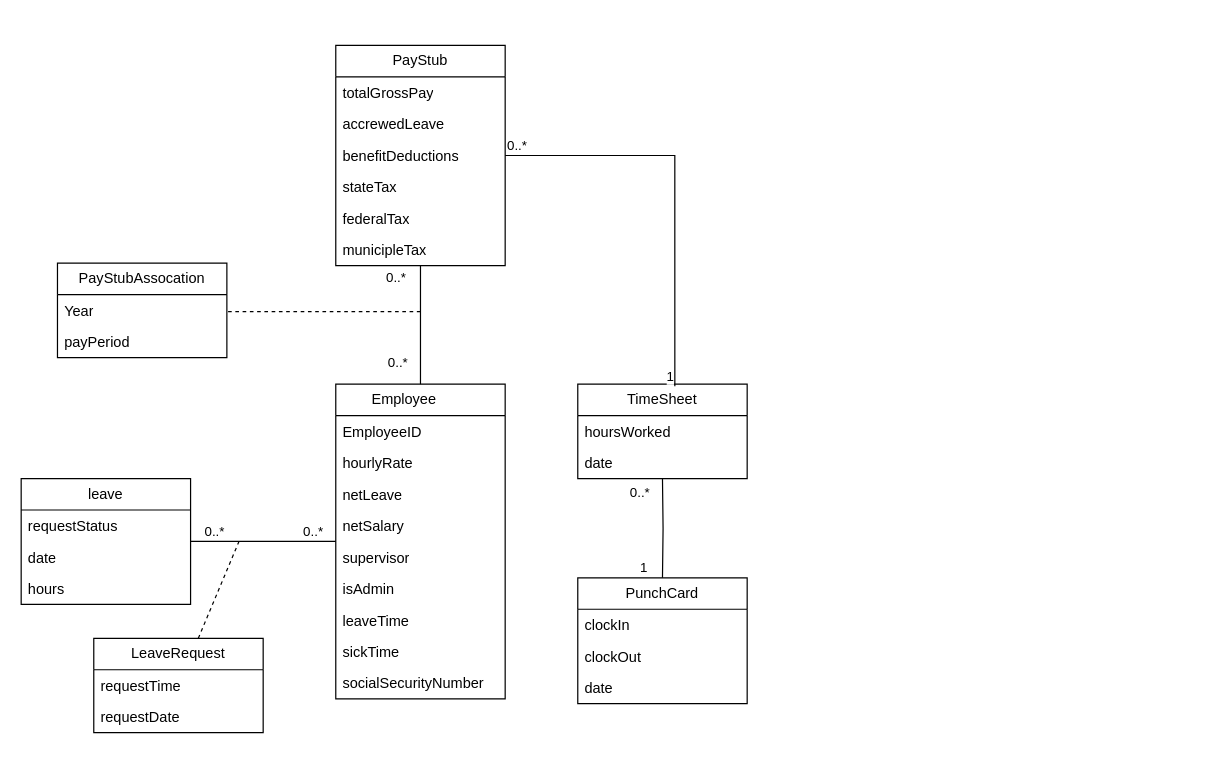
Above: designDocumentation/Untitled Diagram.drawio in PDA-Payroll/PDA (draw.io), before the change. Source tidied: cells renumbered, new cells numbered last; positions are measured from the earlier drawing's top-left corner, leaving out a move shared by most shapes. Both pictures are drawn from the tidied source at 121%, with x=0, y=0 at pixel (21, 45).
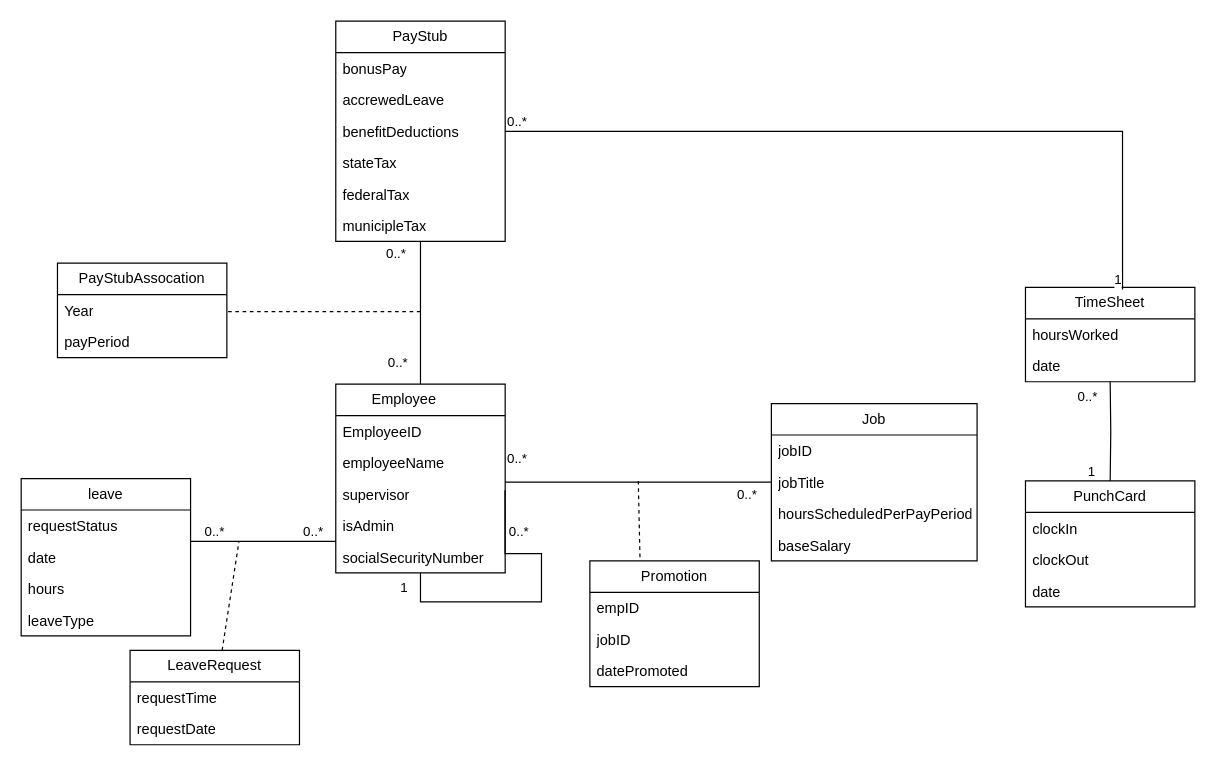
Above is the later version.

The edit, as a diff of the source:
```diff
@@
     <mxCell id="2" value="Employee&lt;span style=&quot;white-space: pre;&quot;&gt;&#9;&lt;/span&gt;" style="swimlane;fontStyle=0;horizontal=1;startSize=26;fillColor=none;whiteSpace=wrap;html=1;" parent="1" vertex="1">
-      <mxGeometry x="260" y="280" width="140" height="260" as="geometry" />
+      <mxGeometry x="260" y="280" width="140" height="156" as="geometry" />
     </mxCell>
@@
-    <mxCell id="4" value="hourlyRate" style="text;strokeColor=none;fillColor=none;align=left;verticalAlign=top;spacingLeft=4;spacingRight=4;overflow=hidden;whiteSpace=wrap;html=1;" parent="2" vertex="1">
-      <mxGeometry y="52" width="140" height="26" as="geometry" />
-    </mxCell>
-    <mxCell id="5" value="netLeave" style="text;strokeColor=none;fillColor=none;align=left;verticalAlign=top;spacingLeft=4;spacingRight=4;overflow=hidden;whiteSpace=wrap;html=1;" parent="2" vertex="1">
-      <mxGeometry y="78" width="140" height="26" as="geometry" />
-    </mxCell>
-    <mxCell id="6" value="netSalary" style="text;strokeColor=none;fillColor=none;align=left;verticalAlign=top;spacingLeft=4;spacingRight=4;overflow=hidden;whiteSpace=wrap;html=1;" parent="2" vertex="1">
-      <mxGeometry y="104" width="140" height="26" as="geometry" />
-    </mxCell>
+    <mxCell id="50" value="employeeName" style="text;strokeColor=none;fillColor=none;align=left;verticalAlign=top;spacingLeft=4;spacingRight=4;overflow=hidden;whiteSpace=wrap;html=1;" parent="2" vertex="1">
+      <mxGeometry y="52" width="140" height="26" as="geometry" />
+    </mxCell>
     <mxCell id="7" value="supervisor" style="text;strokeColor=none;fillColor=none;align=left;verticalAlign=top;spacingLeft=4;spacingRight=4;overflow=hidden;points=[[0,0.5],[1,0.5]];portConstraint=eastwest;whiteSpace=wrap;html=1;" parent="2" vertex="1">
-      <mxGeometry y="130" width="140" height="26" as="geometry" />
+      <mxGeometry y="78" width="140" height="26" as="geometry" />
     </mxCell>
     <mxCell id="8" value="isAdmin" style="text;strokeColor=none;fillColor=none;align=left;verticalAlign=top;spacingLeft=4;spacingRight=4;overflow=hidden;whiteSpace=wrap;html=1;" parent="2" vertex="1">
-      <mxGeometry y="156" width="140" height="26" as="geometry" />
+      <mxGeometry y="104" width="140" height="26" as="geometry" />
     </mxCell>
-    <mxCell id="9" value="leaveTime" style="text;strokeColor=none;fillColor=none;align=left;verticalAlign=top;spacingLeft=4;spacingRight=4;overflow=hidden;whiteSpace=wrap;html=1;" parent="2" vertex="1">
-      <mxGeometry y="182" width="140" height="26" as="geometry" />
-    </mxCell>
-    <mxCell id="10" value="sickTime" style="text;strokeColor=none;fillColor=none;align=left;verticalAlign=top;spacingLeft=4;spacingRight=4;overflow=hidden;whiteSpace=wrap;html=1;" parent="2" vertex="1">
-      <mxGeometry y="208" width="140" height="26" as="geometry" />
-    </mxCell>
     <mxCell id="11" value="socialSecurityNumber" style="text;strokeColor=none;fillColor=none;align=left;verticalAlign=top;spacingLeft=4;spacingRight=4;overflow=hidden;whiteSpace=wrap;html=1;" parent="2" vertex="1">
-      <mxGeometry y="234" width="140" height="26" as="geometry" />
+      <mxGeometry y="130" width="140" height="26" as="geometry" />
     </mxCell>
     <mxCell id="12" value="PunchCard" style="swimlane;fontStyle=0;horizontal=1;startSize=26;fillColor=none;whiteSpace=wrap;html=1;" parent="1" vertex="1">
-      <mxGeometry x="460" y="440" width="140" height="104" as="geometry" />
+      <mxGeometry x="830" y="360" width="140" height="104" as="geometry" />
     </mxCell>
@@
     <mxCell id="16" value="TimeSheet" style="swimlane;fontStyle=0;horizontal=1;startSize=26;fillColor=none;whiteSpace=wrap;html=1;" parent="1" vertex="1">
-      <mxGeometry x="460" y="280" width="140" height="78" as="geometry" />
+      <mxGeometry x="830" y="200" width="140" height="78" as="geometry" />
     </mxCell>
@@
     <mxCell id="19" style="endArrow=none;html=1;edgeStyle=orthogonalEdgeStyle;rounded=0;" parent="1" edge="1" target="16">
       <mxGeometry relative="1" as="geometry">
-        <mxPoint x="530" y="440" as="sourcePoint" />
+        <mxPoint x="900" y="360" as="sourcePoint" />
       </mxGeometry>
     </mxCell>
@@
     <mxCell id="22" value="PayStub" style="swimlane;fontStyle=0;horizontal=1;startSize=26;fillColor=none;whiteSpace=wrap;html=1;" parent="1" vertex="1">
-      <mxGeometry x="260" width="140" height="182" as="geometry" />
+      <mxGeometry x="260" y="-20" width="140" height="182" as="geometry" />
     </mxCell>
-    <mxCell id="23" value="totalGrossPay" style="text;strokeColor=none;fillColor=none;align=left;verticalAlign=top;spacingLeft=4;spacingRight=4;overflow=hidden;whiteSpace=wrap;html=1;" parent="22" vertex="1">
-      <mxGeometry y="26" width="140" height="26" as="geometry" />
-    </mxCell>
+    <mxCell id="51" value="bonusPay" style="text;strokeColor=none;fillColor=none;align=left;verticalAlign=top;spacingLeft=4;spacingRight=4;overflow=hidden;whiteSpace=wrap;html=1;" parent="22" vertex="1">
+      <mxGeometry y="26" width="140" height="26" as="geometry" />
+    </mxCell>
@@
     <mxCell id="32" style="endArrow=none;html=1;edgeStyle=orthogonalEdgeStyle;rounded=0;" parent="1" edge="1" source="35" target="2">
-      <mxGeometry relative="1" as="geometry" />
+      <mxGeometry relative="1" as="geometry">
+        <Array as="points">
+          <mxPoint x="230" y="410" />
+          <mxPoint x="230" y="410" />
+        </Array>
+      </mxGeometry>
     </mxCell>
@@
     <mxCell id="35" value="leave" style="swimlane;fontStyle=0;horizontal=1;startSize=26;fillColor=none;whiteSpace=wrap;html=1;" parent="1" vertex="1">
-      <mxGeometry y="358" width="140" height="104" as="geometry" />
+      <mxGeometry y="358" width="140" height="130" as="geometry" />
     </mxCell>
@@
+    <mxCell id="52" value="leaveType" style="text;strokeColor=none;fillColor=none;align=left;verticalAlign=top;spacingLeft=4;spacingRight=4;overflow=hidden;whiteSpace=wrap;html=1;" parent="35" vertex="1">
+      <mxGeometry y="104" width="140" height="26" as="geometry" />
+    </mxCell>
     <mxCell id="39" value="LeaveRequest" style="swimlane;fontStyle=0;horizontal=1;startSize=26;fillColor=none;whiteSpace=wrap;html=1;" parent="1" vertex="1">
-      <mxGeometry x="60" y="490" width="140" height="78" as="geometry" />
+      <mxGeometry x="90" y="500" width="140" height="78" as="geometry" />
     </mxCell>
@@
+    <mxCell id="53" style="endArrow=none;html=1;edgeStyle=orthogonalEdgeStyle;rounded=0;exitX=0.999;exitY=0.373;exitDx=0;exitDy=0;exitPerimeter=0;" parent="1" edge="1" source="7" target="2">
+      <mxGeometry relative="1" as="geometry">
+        <Array as="points">
+          <mxPoint x="400" y="420" />
+          <mxPoint x="430" y="420" />
+          <mxPoint x="430" y="460" />
+          <mxPoint x="330" y="460" />
+        </Array>
+      </mxGeometry>
+    </mxCell>
+    <mxCell id="54" value="0..*" style="edgeLabel;html=1;align=left;verticalAlign=bottom;" parent="53" vertex="1">
+      <mxGeometry x="-1" relative="1" as="geometry">
+        <mxPoint y="-18" as="offset" />
+      </mxGeometry>
+    </mxCell>
+    <mxCell id="55" value="1" style="edgeLabel;html=1;align=right;verticalAlign=bottom;" parent="53" vertex="1">
+      <mxGeometry x="1" relative="1" as="geometry">
+        <mxPoint x="-10" y="20" as="offset" />
+      </mxGeometry>
+    </mxCell>
+    <mxCell id="56" value="Job" style="swimlane;fontStyle=0;horizontal=1;startSize=26;fillColor=none;whiteSpace=wrap;html=1;" parent="1" vertex="1">
+      <mxGeometry x="620" y="296" width="170" height="130" as="geometry" />
+    </mxCell>
+    <mxCell id="57" value="jobID" style="text;strokeColor=none;fillColor=none;align=left;verticalAlign=top;spacingLeft=4;spacingRight=4;overflow=hidden;whiteSpace=wrap;html=1;" parent="56" vertex="1">
+      <mxGeometry y="26" width="170" height="26" as="geometry" />
+    </mxCell>
+    <mxCell id="58" value="jobTitle" style="text;strokeColor=none;fillColor=none;align=left;verticalAlign=top;spacingLeft=4;spacingRight=4;overflow=hidden;whiteSpace=wrap;html=1;" parent="56" vertex="1">
+      <mxGeometry y="52" width="170" height="26" as="geometry" />
+    </mxCell>
+    <mxCell id="59" value="hoursScheduledPerPayPeriod" style="text;strokeColor=none;fillColor=none;align=left;verticalAlign=top;spacingLeft=4;spacingRight=4;overflow=hidden;whiteSpace=wrap;html=1;" parent="56" vertex="1">
+      <mxGeometry y="78" width="170" height="26" as="geometry" />
+    </mxCell>
+    <mxCell id="60" value="baseSalary" style="text;strokeColor=none;fillColor=none;align=left;verticalAlign=top;spacingLeft=4;spacingRight=4;overflow=hidden;whiteSpace=wrap;html=1;" parent="56" vertex="1">
+      <mxGeometry y="104" width="170" height="26" as="geometry" />
+    </mxCell>
+    <mxCell id="61" value="Promotion" style="swimlane;fontStyle=0;horizontal=1;startSize=26;fillColor=none;whiteSpace=wrap;html=1;" parent="1" vertex="1">
+      <mxGeometry x="470" y="426" width="140" height="104" as="geometry" />
+    </mxCell>
+    <mxCell id="62" value="empID" style="text;strokeColor=none;fillColor=none;align=left;verticalAlign=top;spacingLeft=4;spacingRight=4;overflow=hidden;whiteSpace=wrap;html=1;" parent="61" vertex="1">
+      <mxGeometry y="26" width="140" height="26" as="geometry" />
+    </mxCell>
+    <mxCell id="63" value="jobID" style="text;strokeColor=none;fillColor=none;align=left;verticalAlign=top;spacingLeft=4;spacingRight=4;overflow=hidden;whiteSpace=wrap;html=1;" parent="61" vertex="1">
+      <mxGeometry y="52" width="140" height="26" as="geometry" />
+    </mxCell>
+    <mxCell id="64" value="datePromoted" style="text;strokeColor=none;fillColor=none;align=left;verticalAlign=top;spacingLeft=4;spacingRight=4;overflow=hidden;whiteSpace=wrap;html=1;" parent="61" vertex="1">
+      <mxGeometry y="78" width="140" height="26" as="geometry" />
+    </mxCell>
+    <mxCell id="65" style="endArrow=none;html=1;edgeStyle=orthogonalEdgeStyle;rounded=0;" parent="1" edge="1" source="56" target="2">
+      <mxGeometry relative="1" as="geometry">
+        <Array as="points">
+          <mxPoint x="670" y="360" />
+        </Array>
+      </mxGeometry>
+    </mxCell>
+    <mxCell id="66" value="0..*" style="edgeLabel;html=1;align=left;verticalAlign=bottom;" parent="65" vertex="1">
+      <mxGeometry x="-1" relative="1" as="geometry">
+        <mxPoint x="-30" y="18" as="offset" />
+      </mxGeometry>
+    </mxCell>
+    <mxCell id="67" value="0..*" style="edgeLabel;html=1;align=right;verticalAlign=bottom;" parent="65" vertex="1">
+      <mxGeometry x="1" relative="1" as="geometry">
+        <mxPoint x="20" y="49" as="offset" />
+      </mxGeometry>
+    </mxCell>
+    <mxCell id="68" style="text;strokeColor=none;fillColor=none;align=left;verticalAlign=middle;spacingTop=-1;spacingLeft=4;spacingRight=4;labelPosition=right;" parent="1" vertex="1">
+      <mxGeometry x="860" y="330" width="20" height="14" as="geometry" />
+    </mxCell>
+    <mxCell id="69" style="endArrow=none;dashed=1;html=1;rounded=0;entryX=0.296;entryY=-0.012;entryDx=0;entryDy=0;entryPerimeter=0;" parent="1" edge="1" target="61">
+      <mxGeometry relative="1" as="geometry">
+        <mxPoint x="510" y="360" as="sourcePoint" />
+      </mxGeometry>
+    </mxCell>
```
